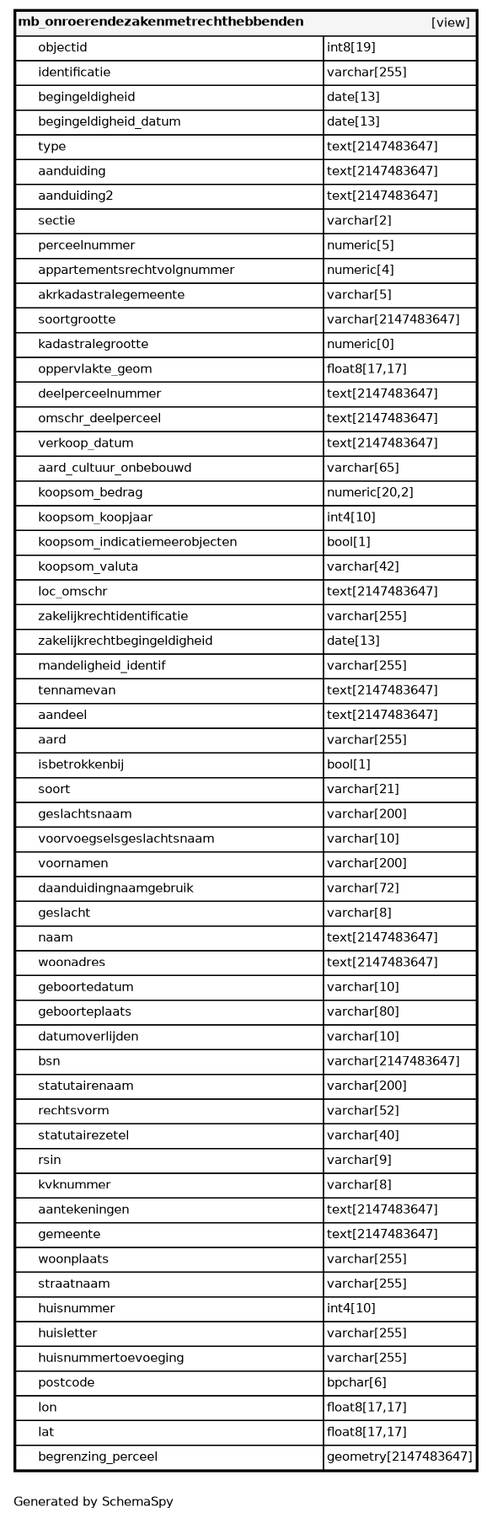
Before: datamodel/schemaspy/public/diagrams/tables/mb_onroerendezakenmetrechthebbenden.1degree.png, a diagram exported from Graphviz (B3Partners/brmo). Its source is kept beside it as datamodel/schemaspy/public/diagrams/tables/mb_onroerendezakenmetrechthebbenden.1degree.dot.
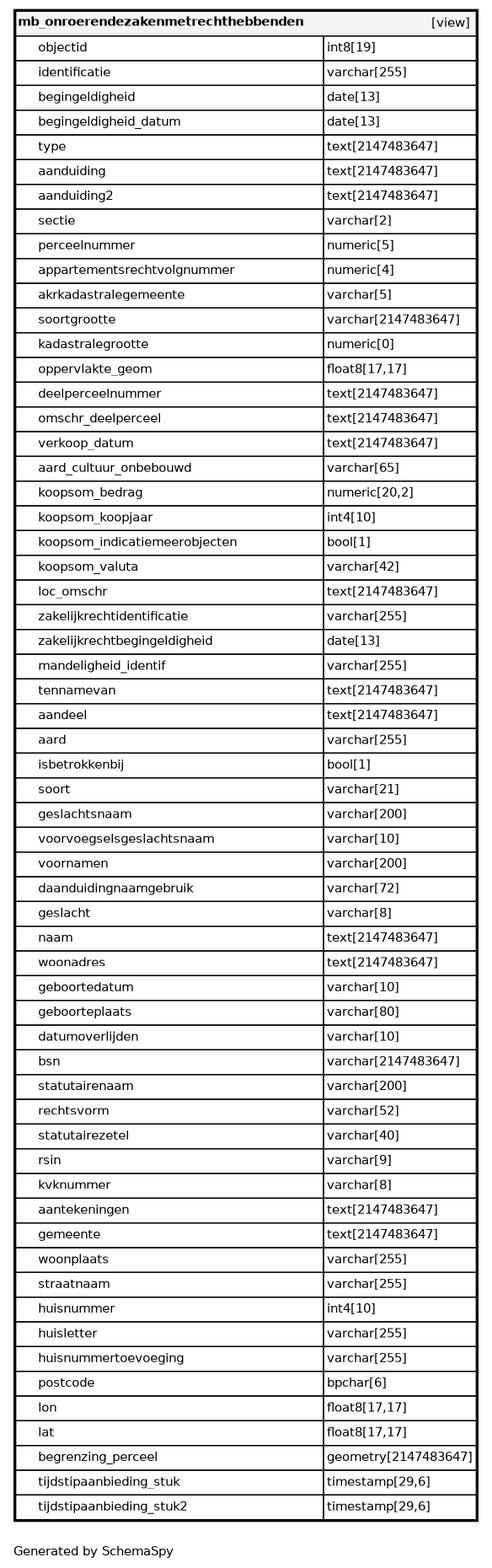
The same file after the commit.

Diff of the diagram source:
```diff
@@ -62,6 +62,8 @@
       <TR><TD PORT="lon" COLSPAN="2" ALIGN="LEFT"><TABLE BORDER="0" CELLSPACING="0" ALIGN="LEFT"><TR ALIGN="LEFT"><TD ALIGN="LEFT" FIXEDSIZE="TRUE" WIDTH="15" HEIGHT="16"></TD><TD ALIGN="LEFT" FIXEDSIZE="TRUE" WIDTH="253" HEIGHT="16">lon</TD></TR></TABLE></TD><TD PORT="lon.type" ALIGN="LEFT">float8[17,17]</TD></TR>
       <TR><TD PORT="lat" COLSPAN="2" ALIGN="LEFT"><TABLE BORDER="0" CELLSPACING="0" ALIGN="LEFT"><TR ALIGN="LEFT"><TD ALIGN="LEFT" FIXEDSIZE="TRUE" WIDTH="15" HEIGHT="16"></TD><TD ALIGN="LEFT" FIXEDSIZE="TRUE" WIDTH="253" HEIGHT="16">lat</TD></TR></TABLE></TD><TD PORT="lat.type" ALIGN="LEFT">float8[17,17]</TD></TR>
       <TR><TD PORT="begrenzing_perceel" COLSPAN="2" ALIGN="LEFT"><TABLE BORDER="0" CELLSPACING="0" ALIGN="LEFT"><TR ALIGN="LEFT"><TD ALIGN="LEFT" FIXEDSIZE="TRUE" WIDTH="15" HEIGHT="16"></TD><TD ALIGN="LEFT" FIXEDSIZE="TRUE" WIDTH="253" HEIGHT="16">begrenzing_perceel</TD></TR></TABLE></TD><TD PORT="begrenzing_perceel.type" ALIGN="LEFT">geometry[2147483647]</TD></TR>
+      <TR><TD PORT="tijdstipaanbieding_stuk" COLSPAN="2" ALIGN="LEFT"><TABLE BORDER="0" CELLSPACING="0" ALIGN="LEFT"><TR ALIGN="LEFT"><TD ALIGN="LEFT" FIXEDSIZE="TRUE" WIDTH="15" HEIGHT="16"></TD><TD ALIGN="LEFT" FIXEDSIZE="TRUE" WIDTH="253" HEIGHT="16">tijdstipaanbieding_stuk</TD></TR></TABLE></TD><TD PORT="tijdstipaanbieding_stuk.type" ALIGN="LEFT">timestamp[29,6]</TD></TR>
+      <TR><TD PORT="tijdstipaanbieding_stuk2" COLSPAN="2" ALIGN="LEFT"><TABLE BORDER="0" CELLSPACING="0" ALIGN="LEFT"><TR ALIGN="LEFT"><TD ALIGN="LEFT" FIXEDSIZE="TRUE" WIDTH="15" HEIGHT="16"></TD><TD ALIGN="LEFT" FIXEDSIZE="TRUE" WIDTH="253" HEIGHT="16">tijdstipaanbieding_stuk2</TD></TR></TABLE></TD><TD PORT="tijdstipaanbieding_stuk2.type" ALIGN="LEFT">timestamp[29,6]</TD></TR>
     </TABLE>>
     URL="mb_onroerendezakenmetrechthebbenden.html"
     target="_top"
```
